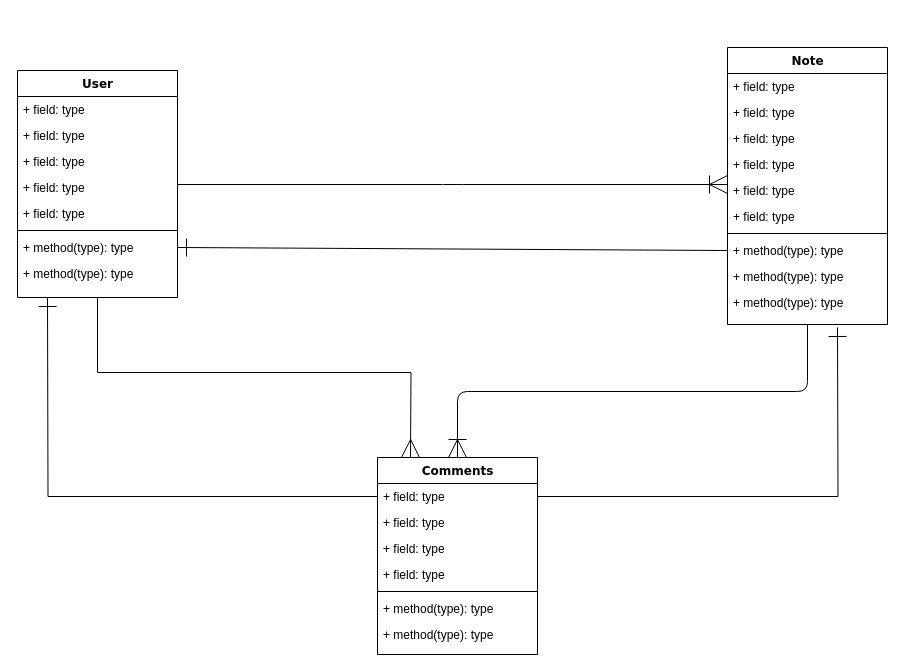
This is LearningEnglish/Untitled Diagram.drawio from Thousandsprings/Sougou-test, a draw.io file, before an edit. Source tidied: cells renumbered, new cells numbered last; positions are measured from the earlier drawing's top-left corner, leaving out a move shared by most shapes. Both pictures are drawn from the tidied source at 100%, with x=0, y=0 at pixel (17, 47).
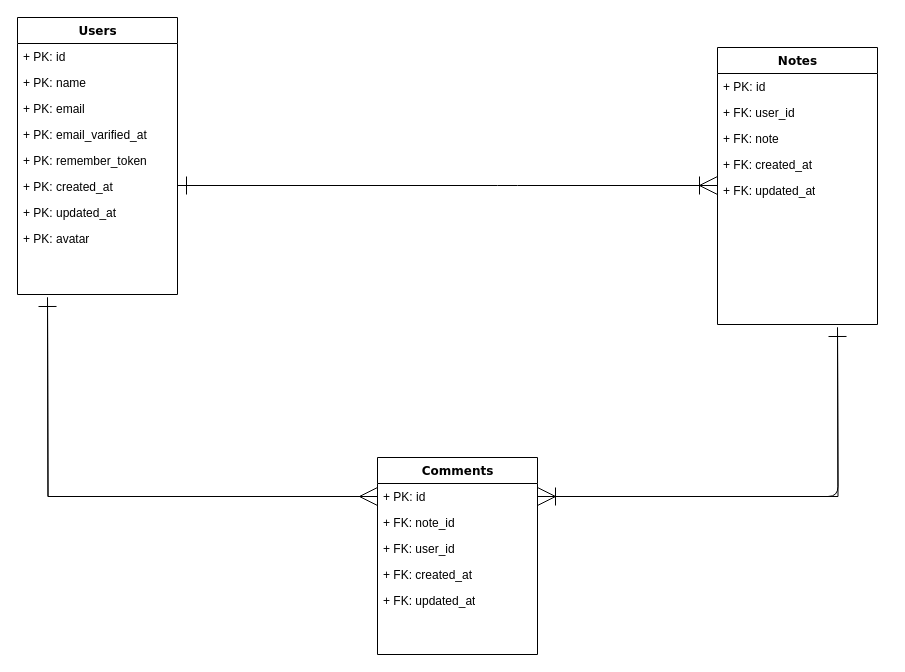
The same diagram, later.

Unchanged cells that the change refers to:
```xml
<mxCell id="24" value="Comments" style="swimlane;html=1;fontStyle=1;align=center;verticalAlign=top;horizontal=1;startSize=26;swimlaneFillColor=#ffffff;rounded=0;shadow=0;comic=0;labelBackgroundColor=none;strokeWidth=1;fillColor=none;fontFamily=Verdana;fontSize=12;" parent="1" vertex="1">
  <mxGeometry x="360" y="410" width="160" height="197" as="geometry" />
</mxCell>
```

The edit, as a diff of the source:
```diff
@@
-    <mxCell id="2" style="edgeStyle=orthogonalEdgeStyle;rounded=0;jettySize=auto;html=1;exitX=0.5;exitY=1;exitDx=0;exitDy=0;endArrow=ERmany;endFill=0;endSize=16;" parent="1" edge="1" source="3">
+    <mxCell id="2" style="edgeStyle=orthogonalEdgeStyle;rounded=0;jettySize=auto;html=1;endArrow=ERmany;endFill=0;endSize=16;entryX=0;entryY=0.5;entryDx=0;entryDy=0;" parent="1" edge="1" target="25">
       <mxGeometry relative="1" as="geometry">
-        <mxPoint x="393" y="410" as="targetPoint" />
+        <mxPoint x="30" y="250" as="sourcePoint" />
       </mxGeometry>
     </mxCell>
-    <mxCell id="3" value="User" style="swimlane;html=1;fontStyle=1;align=center;verticalAlign=top;horizontal=1;startSize=26;swimlaneFillColor=#ffffff;rounded=0;shadow=0;comic=0;labelBackgroundColor=none;strokeWidth=1;fillColor=none;fontFamily=Verdana;fontSize=12;" parent="1" vertex="1">
-      <mxGeometry y="23" width="160" height="227" as="geometry" />
-    </mxCell>
-    <mxCell id="4" value="+ field: type" style="text;html=1;strokeColor=none;fillColor=none;align=left;verticalAlign=top;spacingLeft=4;spacingRight=4;whiteSpace=wrap;overflow=hidden;" parent="3" vertex="1">
-      <mxGeometry y="26" width="160" height="26" as="geometry" />
-    </mxCell>
-    <mxCell id="5" value="+ field: type" style="text;html=1;strokeColor=none;fillColor=none;align=left;verticalAlign=top;spacingLeft=4;spacingRight=4;whiteSpace=wrap;overflow=hidden;" parent="3" vertex="1">
-      <mxGeometry y="52" width="160" height="26" as="geometry" />
-    </mxCell>
-    <mxCell id="6" value="+ field: type" style="text;html=1;strokeColor=none;fillColor=none;align=left;verticalAlign=top;spacingLeft=4;spacingRight=4;whiteSpace=wrap;overflow=hidden;" parent="3" vertex="1">
-      <mxGeometry y="78" width="160" height="26" as="geometry" />
-    </mxCell>
-    <mxCell id="7" value="+ field: type" style="text;html=1;strokeColor=none;fillColor=none;align=left;verticalAlign=top;spacingLeft=4;spacingRight=4;whiteSpace=wrap;overflow=hidden;" parent="3" vertex="1">
-      <mxGeometry y="104" width="160" height="26" as="geometry" />
-    </mxCell>
-    <mxCell id="8" value="+ field: type" style="text;html=1;strokeColor=none;fillColor=none;align=left;verticalAlign=top;spacingLeft=4;spacingRight=4;whiteSpace=wrap;overflow=hidden;" parent="3" vertex="1">
-      <mxGeometry y="130" width="160" height="26" as="geometry" />
-    </mxCell>
-    <mxCell id="9" style="line;html=1;strokeWidth=1;fillColor=none;align=left;verticalAlign=middle;spacingTop=-1;spacingLeft=3;spacingRight=3;labelPosition=right;" parent="3" vertex="1">
-      <mxGeometry y="156" width="160" height="8" as="geometry" />
-    </mxCell>
-    <mxCell id="10" value="+ method(type): type" style="text;html=1;strokeColor=none;fillColor=none;align=left;verticalAlign=top;spacingLeft=4;spacingRight=4;whiteSpace=wrap;overflow=hidden;points=[[0,0.5],[1,0.5]];portConstraint=eastwest;" parent="3" vertex="1">
-      <mxGeometry y="164" width="160" height="26" as="geometry" />
-    </mxCell>
-    <mxCell id="11" value="+ method(type): type" style="text;html=1;strokeColor=none;fillColor=none;align=left;verticalAlign=top;spacingLeft=4;spacingRight=4;whiteSpace=wrap;overflow=hidden;" parent="3" vertex="1">
-      <mxGeometry y="190" width="160" height="26" as="geometry" />
-    </mxCell>
-    <mxCell id="12" style="edgeStyle=elbowEdgeStyle;html=1;labelBackgroundColor=none;startFill=0;startSize=8;endArrow=ERoneToMany;endFill=0;endSize=16;fontFamily=Verdana;fontSize=12;elbow=vertical;" parent="1" edge="1" source="13" target="24">
-      <mxGeometry relative="1" as="geometry" />
+    <mxCell id="12" style="edgeStyle=orthogonalEdgeStyle;html=1;labelBackgroundColor=none;startFill=0;startSize=8;endArrow=ERoneToMany;endFill=0;endSize=16;fontFamily=Verdana;fontSize=12;elbow=vertical;entryX=1;entryY=0.5;entryDx=0;entryDy=0;" parent="1" edge="1" target="25">
+      <mxGeometry relative="1" as="geometry">
+        <mxPoint x="820" y="280" as="sourcePoint" />
+      </mxGeometry>
     </mxCell>
-    <mxCell id="13" value="Note" style="swimlane;html=1;fontStyle=1;align=center;verticalAlign=top;horizontal=1;startSize=26;swimlaneFillColor=#ffffff;rounded=0;shadow=0;comic=0;labelBackgroundColor=none;strokeWidth=1;fillColor=none;fontFamily=Verdana;fontSize=12;" parent="1" vertex="1">
-      <mxGeometry x="710" width="160" height="277" as="geometry" />
+    <mxCell id="13" value="Notes" style="swimlane;html=1;fontStyle=1;align=center;verticalAlign=top;horizontal=1;startSize=26;swimlaneFillColor=#ffffff;rounded=0;shadow=0;comic=0;labelBackgroundColor=none;strokeWidth=1;fillColor=none;fontFamily=Verdana;fontSize=12;" parent="1" vertex="1">
+      <mxGeometry x="700" width="160" height="277" as="geometry" />
     </mxCell>
-    <mxCell id="14" value="+ field: type" style="text;html=1;strokeColor=none;fillColor=none;align=left;verticalAlign=top;spacingLeft=4;spacingRight=4;whiteSpace=wrap;overflow=hidden;" parent="13" vertex="1">
+    <mxCell id="14" value="+ PK: id" style="text;html=1;strokeColor=none;fillColor=none;align=left;verticalAlign=top;spacingLeft=4;spacingRight=4;whiteSpace=wrap;overflow=hidden;" parent="13" vertex="1">
       <mxGeometry y="26" width="160" height="26" as="geometry" />
     </mxCell>
-    <mxCell id="15" value="+ field: type" style="text;html=1;strokeColor=none;fillColor=none;align=left;verticalAlign=top;spacingLeft=4;spacingRight=4;whiteSpace=wrap;overflow=hidden;" parent="13" vertex="1">
+    <mxCell id="15" value="+ FK: user_id" style="text;html=1;strokeColor=none;fillColor=none;align=left;verticalAlign=top;spacingLeft=4;spacingRight=4;whiteSpace=wrap;overflow=hidden;" parent="13" vertex="1">
       <mxGeometry y="52" width="160" height="26" as="geometry" />
     </mxCell>
-    <mxCell id="16" value="+ field: type" style="text;html=1;strokeColor=none;fillColor=none;align=left;verticalAlign=top;spacingLeft=4;spacingRight=4;whiteSpace=wrap;overflow=hidden;" parent="13" vertex="1">
+    <mxCell id="16" value="+ FK: note" style="text;html=1;strokeColor=none;fillColor=none;align=left;verticalAlign=top;spacingLeft=4;spacingRight=4;whiteSpace=wrap;overflow=hidden;" parent="13" vertex="1">
       <mxGeometry y="78" width="160" height="26" as="geometry" />
     </mxCell>
-    <mxCell id="17" value="+ field: type" style="text;html=1;strokeColor=none;fillColor=none;align=left;verticalAlign=top;spacingLeft=4;spacingRight=4;whiteSpace=wrap;overflow=hidden;" parent="13" vertex="1">
+    <mxCell id="17" value="+ FK: created_at" style="text;html=1;strokeColor=none;fillColor=none;align=left;verticalAlign=top;spacingLeft=4;spacingRight=4;whiteSpace=wrap;overflow=hidden;" parent="13" vertex="1">
       <mxGeometry y="104" width="160" height="26" as="geometry" />
     </mxCell>
-    <mxCell id="18" value="+ field: type" style="text;html=1;strokeColor=none;fillColor=none;align=left;verticalAlign=top;spacingLeft=4;spacingRight=4;whiteSpace=wrap;overflow=hidden;" parent="13" vertex="1">
+    <mxCell id="18" value="+ FK: updated_at" style="text;html=1;strokeColor=none;fillColor=none;align=left;verticalAlign=top;spacingLeft=4;spacingRight=4;whiteSpace=wrap;overflow=hidden;" parent="13" vertex="1">
       <mxGeometry y="130" width="160" height="26" as="geometry" />
     </mxCell>
-    <mxCell id="19" value="+ field: type" style="text;html=1;strokeColor=none;fillColor=none;align=left;verticalAlign=top;spacingLeft=4;spacingRight=4;whiteSpace=wrap;overflow=hidden;" parent="13" vertex="1">
-      <mxGeometry y="156" width="160" height="26" as="geometry" />
-    </mxCell>
-    <mxCell id="20" style="line;html=1;strokeWidth=1;fillColor=none;align=left;verticalAlign=middle;spacingTop=-1;spacingLeft=3;spacingRight=3;labelPosition=right;" parent="13" vertex="1">
-      <mxGeometry y="182" width="160" height="8" as="geometry" />
-    </mxCell>
-    <mxCell id="21" value="+ method(type): type" style="text;html=1;strokeColor=none;fillColor=none;align=left;verticalAlign=top;spacingLeft=4;spacingRight=4;whiteSpace=wrap;overflow=hidden;points=[[0,0.5],[1,0.5]];portConstraint=eastwest;" parent="13" vertex="1">
-      <mxGeometry y="190" width="160" height="26" as="geometry" />
-    </mxCell>
-    <mxCell id="22" value="+ method(type): type" style="text;html=1;strokeColor=none;fillColor=none;align=left;verticalAlign=top;spacingLeft=4;spacingRight=4;whiteSpace=wrap;overflow=hidden;" parent="13" vertex="1">
-      <mxGeometry y="216" width="160" height="26" as="geometry" />
-    </mxCell>
-    <mxCell id="23" value="+ method(type): type" style="text;html=1;strokeColor=none;fillColor=none;align=left;verticalAlign=top;spacingLeft=4;spacingRight=4;whiteSpace=wrap;overflow=hidden;" parent="13" vertex="1">
-      <mxGeometry y="242" width="160" height="26" as="geometry" />
-    </mxCell>
@@
-    <mxCell id="25" value="+ field: type" style="text;html=1;strokeColor=none;fillColor=none;align=left;verticalAlign=top;spacingLeft=4;spacingRight=4;whiteSpace=wrap;overflow=hidden;points=[[0,0.5],[1,0.5]];portConstraint=eastwest;" parent="24" vertex="1">
+    <mxCell id="25" value="+ PK: id" style="text;html=1;strokeColor=none;fillColor=none;align=left;verticalAlign=top;spacingLeft=4;spacingRight=4;whiteSpace=wrap;overflow=hidden;points=[[0,0.5],[1,0.5]];portConstraint=eastwest;" parent="24" vertex="1">
       <mxGeometry y="26" width="160" height="26" as="geometry" />
     </mxCell>
-    <mxCell id="26" value="+ field: type" style="text;html=1;strokeColor=none;fillColor=none;align=left;verticalAlign=top;spacingLeft=4;spacingRight=4;whiteSpace=wrap;overflow=hidden;" parent="24" vertex="1">
+    <mxCell id="26" value="+ FK: note_id" style="text;html=1;strokeColor=none;fillColor=none;align=left;verticalAlign=top;spacingLeft=4;spacingRight=4;whiteSpace=wrap;overflow=hidden;" parent="24" vertex="1">
       <mxGeometry y="52" width="160" height="26" as="geometry" />
     </mxCell>
-    <mxCell id="27" value="+ field: type" style="text;html=1;strokeColor=none;fillColor=none;align=left;verticalAlign=top;spacingLeft=4;spacingRight=4;whiteSpace=wrap;overflow=hidden;" parent="24" vertex="1">
+    <mxCell id="27" value="+ FK: user_id" style="text;html=1;strokeColor=none;fillColor=none;align=left;verticalAlign=top;spacingLeft=4;spacingRight=4;whiteSpace=wrap;overflow=hidden;" parent="24" vertex="1">
       <mxGeometry y="78" width="160" height="26" as="geometry" />
     </mxCell>
-    <mxCell id="28" value="+ field: type" style="text;html=1;strokeColor=none;fillColor=none;align=left;verticalAlign=top;spacingLeft=4;spacingRight=4;whiteSpace=wrap;overflow=hidden;" parent="24" vertex="1">
+    <mxCell id="28" value="+ FK: created_at" style="text;html=1;strokeColor=none;fillColor=none;align=left;verticalAlign=top;spacingLeft=4;spacingRight=4;whiteSpace=wrap;overflow=hidden;" parent="24" vertex="1">
       <mxGeometry y="104" width="160" height="26" as="geometry" />
     </mxCell>
-    <mxCell id="29" style="line;html=1;strokeWidth=1;fillColor=none;align=left;verticalAlign=middle;spacingTop=-1;spacingLeft=3;spacingRight=3;labelPosition=right;" parent="24" vertex="1">
-      <mxGeometry y="130" width="160" height="8" as="geometry" />
-    </mxCell>
-    <mxCell id="30" value="+ method(type): type" style="text;html=1;strokeColor=none;fillColor=none;align=left;verticalAlign=top;spacingLeft=4;spacingRight=4;whiteSpace=wrap;overflow=hidden;" parent="24" vertex="1">
-      <mxGeometry y="138" width="160" height="26" as="geometry" />
+    <mxCell id="30" value="+ FK: updated_at" style="text;html=1;strokeColor=none;fillColor=none;align=left;verticalAlign=top;spacingLeft=4;spacingRight=4;whiteSpace=wrap;overflow=hidden;" parent="24" vertex="1">
+      <mxGeometry y="130" width="160" height="26" as="geometry" />
     </mxCell>
-    <mxCell id="31" value="+ method(type): type" style="text;html=1;strokeColor=none;fillColor=none;align=left;verticalAlign=top;spacingLeft=4;spacingRight=4;whiteSpace=wrap;overflow=hidden;" parent="24" vertex="1">
-      <mxGeometry y="164" width="160" height="26" as="geometry" />
-    </mxCell>
-    <mxCell id="32" style="edgeStyle=elbowEdgeStyle;html=1;labelBackgroundColor=none;startFill=0;startSize=8;endArrow=ERoneToMany;endFill=0;endSize=16;fontFamily=Verdana;fontSize=12;elbow=vertical;" parent="1" edge="1" source="3" target="13">
-      <mxGeometry relative="1" as="geometry" />
+    <mxCell id="32" style="edgeStyle=elbowEdgeStyle;html=1;labelBackgroundColor=none;startFill=0;startSize=16;endArrow=ERoneToMany;endFill=0;endSize=16;fontFamily=Verdana;fontSize=12;elbow=vertical;startArrow=ERone;targetPerimeterSpacing=16;sourcePerimeterSpacing=16;strokeWidth=1;" parent="1" edge="1">
+      <mxGeometry relative="1" as="geometry">
+        <mxPoint x="160" y="138" as="sourcePoint" />
+        <mxPoint x="700" y="138" as="targetPoint" />
+        <Array as="points">
+          <mxPoint x="490" y="138" />
+        </Array>
+      </mxGeometry>
     </mxCell>
-    <mxCell id="33" style="rounded=0;jettySize=auto;html=1;exitX=0;exitY=0.5;exitDx=0;exitDy=0;entryX=1;entryY=0.5;entryDx=0;entryDy=0;endArrow=ERone;endFill=0;endSize=16;" parent="1" edge="1" source="21" target="10">
-      <mxGeometry relative="1" as="geometry" />
-    </mxCell>
@@
+    <mxCell id="36" value="Users" style="swimlane;html=1;fontStyle=1;align=center;verticalAlign=top;horizontal=1;startSize=26;swimlaneFillColor=#ffffff;rounded=0;shadow=0;comic=0;labelBackgroundColor=none;strokeWidth=1;fillColor=none;fontFamily=Verdana;fontSize=12;" parent="1" vertex="1">
+      <mxGeometry y="-30" width="160" height="277" as="geometry" />
+    </mxCell>
+    <mxCell id="37" value="+ PK: id" style="text;html=1;strokeColor=none;fillColor=none;align=left;verticalAlign=top;spacingLeft=4;spacingRight=4;whiteSpace=wrap;overflow=hidden;" parent="36" vertex="1">
+      <mxGeometry y="26" width="160" height="26" as="geometry" />
+    </mxCell>
+    <mxCell id="38" value="+ PK: name" style="text;html=1;strokeColor=none;fillColor=none;align=left;verticalAlign=top;spacingLeft=4;spacingRight=4;whiteSpace=wrap;overflow=hidden;" parent="36" vertex="1">
+      <mxGeometry y="52" width="160" height="26" as="geometry" />
+    </mxCell>
+    <mxCell id="39" value="+ PK: email" style="text;html=1;strokeColor=none;fillColor=none;align=left;verticalAlign=top;spacingLeft=4;spacingRight=4;whiteSpace=wrap;overflow=hidden;" parent="36" vertex="1">
+      <mxGeometry y="78" width="160" height="26" as="geometry" />
+    </mxCell>
+    <mxCell id="40" value="+ PK: email_varified_at" style="text;html=1;strokeColor=none;fillColor=none;align=left;verticalAlign=top;spacingLeft=4;spacingRight=4;whiteSpace=wrap;overflow=hidden;" parent="36" vertex="1">
+      <mxGeometry y="104" width="160" height="26" as="geometry" />
+    </mxCell>
+    <mxCell id="41" value="+ PK: remember_token" style="text;html=1;strokeColor=none;fillColor=none;align=left;verticalAlign=top;spacingLeft=4;spacingRight=4;whiteSpace=wrap;overflow=hidden;" parent="36" vertex="1">
+      <mxGeometry y="130" width="160" height="26" as="geometry" />
+    </mxCell>
+    <mxCell id="42" value="+ PK: created_at" style="text;html=1;strokeColor=none;fillColor=none;align=left;verticalAlign=top;spacingLeft=4;spacingRight=4;whiteSpace=wrap;overflow=hidden;" parent="36" vertex="1">
+      <mxGeometry y="156" width="160" height="26" as="geometry" />
+    </mxCell>
+    <mxCell id="43" value="+ PK: updated_at" style="text;html=1;strokeColor=none;fillColor=none;align=left;verticalAlign=top;spacingLeft=4;spacingRight=4;whiteSpace=wrap;overflow=hidden;" parent="36" vertex="1">
+      <mxGeometry y="182" width="160" height="26" as="geometry" />
+    </mxCell>
+    <mxCell id="44" value="+ PK: avatar" style="text;html=1;strokeColor=none;fillColor=none;align=left;verticalAlign=top;spacingLeft=4;spacingRight=4;whiteSpace=wrap;overflow=hidden;" parent="36" vertex="1">
+      <mxGeometry y="208" width="160" height="26" as="geometry" />
+    </mxCell>
```
